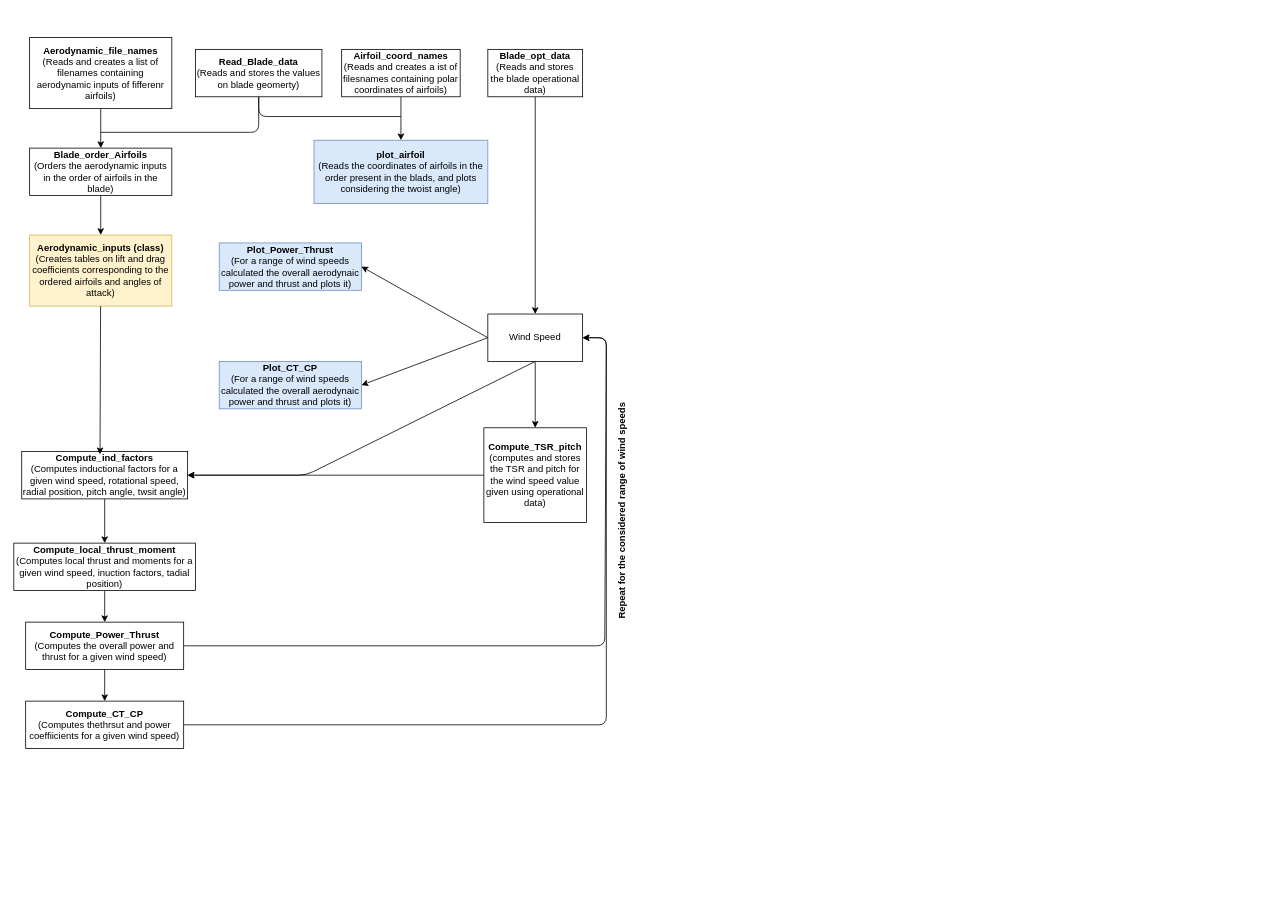
Before: Rough_draft.drawio in DTUWindEducation/final-project-lightning_mcteam, a draw.io diagram. Source tidied: cells renumbered, new cells numbered last; positions are measured from the earlier drawing's top-left corner, leaving out a move shared by most shapes. Both pictures are drawn from the tidied source at 79%, with x=0, y=0 at pixel (13, 37).
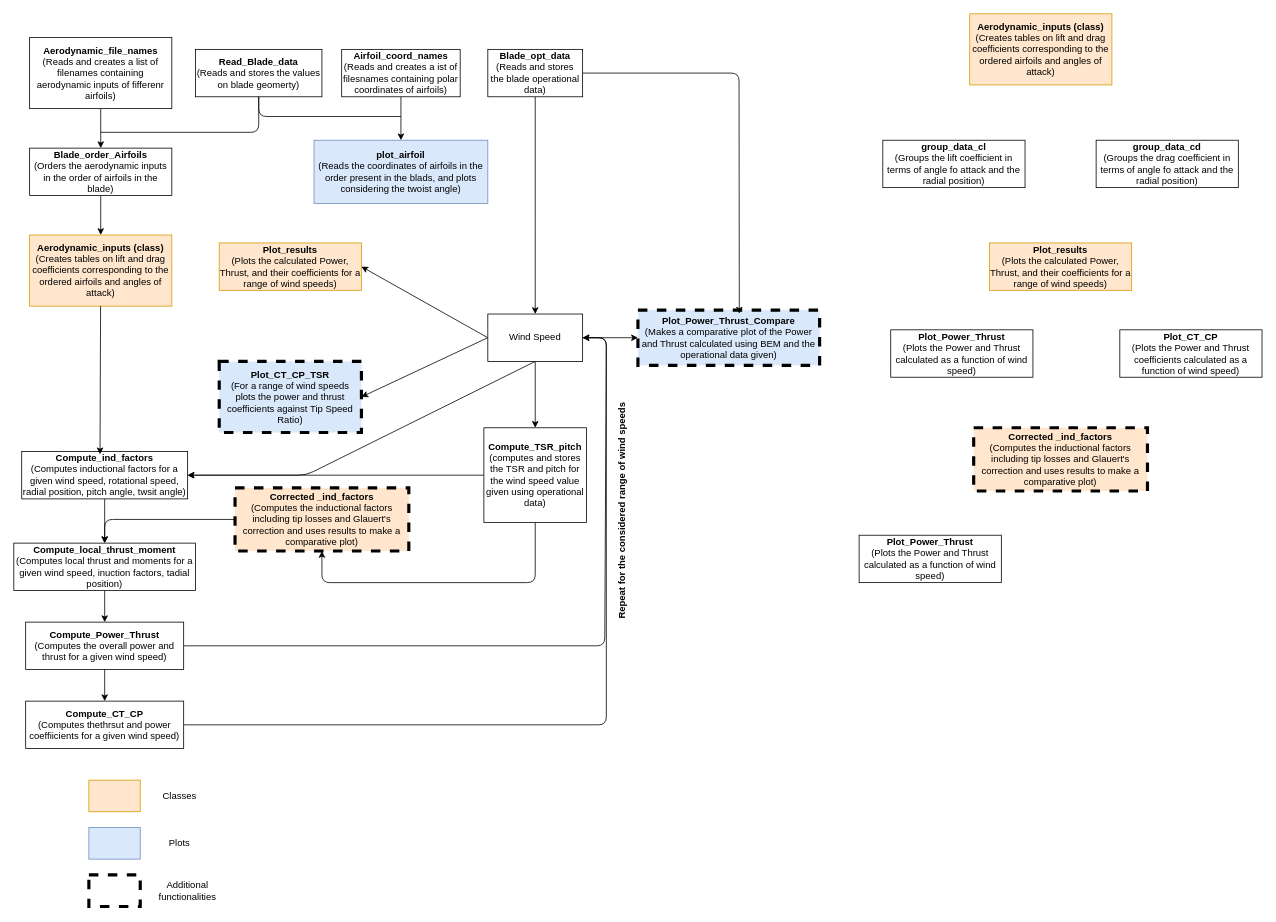
After the change.

Commit message (it also covers changes not shown here):
Updated the additional functionalities, and their tests. Made edits

The change refers to these unchanged cells:
```xml
<mxCell id="13" value="&lt;b&gt;Blade_opt_data&lt;/b&gt;&lt;div&gt;(Reads and stores the blade operational data)&lt;/div&gt;" style="rounded=0;whiteSpace=wrap;html=1;" parent="1" vertex="1">
  <mxGeometry x="600" y="15" width="120" height="60" as="geometry" />
</mxCell>
<mxCell id="15" value="&lt;b&gt;Compute_TSR_pitch&lt;/b&gt;&lt;div&gt;(computes and stores the TSR and pitch for the wind speed value given using operational data)&lt;/div&gt;" style="rounded=0;whiteSpace=wrap;html=1;" parent="1" vertex="1">
  <mxGeometry x="595" y="494" width="130" height="120" as="geometry" />
</mxCell>
<mxCell id="19" value="&lt;b&gt;Compute_local_thrust_moment&lt;/b&gt;&lt;div&gt;(Computes local thrust and moments for a given wind speed, inuction factors, tadial position)&lt;/div&gt;" style="rounded=0;whiteSpace=wrap;html=1;" parent="1" vertex="1">
  <mxGeometry y="640" width="230" height="60" as="geometry" />
</mxCell>
<mxCell id="29" value="Wind Speed" style="rounded=0;whiteSpace=wrap;html=1;" parent="1" vertex="1">
  <mxGeometry x="600" y="350" width="120" height="60" as="geometry" />
</mxCell>
```

The edit, as a diff of the source:
```diff
@@
-    <mxCell id="7" value="&lt;b&gt;Aerodynamic_inputs (class)&lt;/b&gt;&lt;div&gt;(Creates tables on lift and drag coefficients corresponding to the ordered airfoils and angles of attack)&lt;/div&gt;" style="rounded=0;whiteSpace=wrap;html=1;fillColor=#fff2cc;strokeColor=#d6b656;" parent="1" vertex="1">
+    <mxCell id="7" value="&lt;b&gt;Aerodynamic_inputs (class)&lt;/b&gt;&lt;div&gt;(Creates tables on lift and drag coefficients corresponding to the ordered airfoils and angles of attack)&lt;/div&gt;" style="rounded=0;whiteSpace=wrap;html=1;fillColor=#ffe6cc;strokeColor=#d79b00;" parent="1" vertex="1">
       <mxGeometry x="20" y="250" width="180" height="90" as="geometry" />
     </mxCell>
@@
+    <mxCell id="35" style="edgeStyle=none;html=1;exitX=0.5;exitY=1;exitDx=0;exitDy=0;entryX=0.5;entryY=1;entryDx=0;entryDy=0;" parent="1" edge="1" source="15" target="39">
+      <mxGeometry relative="1" as="geometry">
+        <Array as="points">
+          <mxPoint x="660" y="690" />
+          <mxPoint x="390" y="690" />
+        </Array>
+      </mxGeometry>
+    </mxCell>
@@
-    <mxCell id="23" value="Plot_Power_Thrust&lt;div&gt;&lt;span style=&quot;font-weight: normal;&quot;&gt;(For a range of wind speeds calculated the overall aerodynaic power and thrust and plots it)&lt;/span&gt;&lt;/div&gt;" style="rounded=0;whiteSpace=wrap;html=1;fontStyle=1;fillColor=#dae8fc;strokeColor=#6c8ebf;" parent="1" vertex="1">
+    <mxCell id="23" value="Plot_results&lt;div&gt;&lt;span style=&quot;font-weight: normal;&quot;&gt;(Plots the calculated Power, Thrust, and their coefficients for a range of wind speeds)&lt;/span&gt;&lt;/div&gt;" style="rounded=0;whiteSpace=wrap;html=1;fontStyle=1;fillColor=#ffe6cc;strokeColor=#d79b00;" parent="1" vertex="1">
       <mxGeometry x="260" y="260" width="180" height="60" as="geometry" />
     </mxCell>
@@
+    <mxCell id="36" style="edgeStyle=none;html=1;exitX=1;exitY=0.5;exitDx=0;exitDy=0;entryX=0;entryY=0.5;entryDx=0;entryDy=0;" parent="1" edge="1" source="29" target="37">
+      <mxGeometry relative="1" as="geometry" />
+    </mxCell>
@@
-    <mxCell id="31" value="Plot_CT_CP&lt;div&gt;&lt;span style=&quot;font-weight: normal;&quot;&gt;(For a range of wind speeds calculated the overall aerodynaic power and thrust and plots it)&lt;/span&gt;&lt;/div&gt;" style="rounded=0;whiteSpace=wrap;html=1;fontStyle=1;fillColor=#dae8fc;strokeColor=#6c8ebf;" parent="1" vertex="1">
-      <mxGeometry x="260" y="410" width="180" height="60" as="geometry" />
+    <mxCell id="31" value="Plot_CT_CP_TSR&lt;div&gt;&lt;span style=&quot;font-weight: normal;&quot;&gt;(For a range of wind speeds plots the power and thrust coefficients against Tip Speed Ratio)&lt;/span&gt;&lt;/div&gt;" style="rounded=0;whiteSpace=wrap;html=1;fontStyle=1;fillColor=#dae8fc;strokeColor=light-dark(#000000,#5C79A3);dashed=1;strokeWidth=4;" parent="1" vertex="1">
+      <mxGeometry x="260" y="410" width="180" height="90" as="geometry" />
     </mxCell>
@@
+    <mxCell id="37" value="&lt;b&gt;Plot_Power_Thrust_Compare&lt;/b&gt;&lt;div&gt;(Makes a comparative plot of the Power and Thrust calculated using BEM and the operational data given)&lt;/div&gt;" style="rounded=0;whiteSpace=wrap;html=1;fillColor=#dae8fc;strokeColor=light-dark(#000000, #5c79a3);dashed=1;strokeWidth=4;" parent="1" vertex="1">
+      <mxGeometry x="790" y="345" width="230" height="70" as="geometry" />
+    </mxCell>
+    <mxCell id="38" style="edgeStyle=none;html=1;exitX=0;exitY=0.5;exitDx=0;exitDy=0;entryX=0.5;entryY=0;entryDx=0;entryDy=0;" parent="1" edge="1" source="39" target="19">
+      <mxGeometry relative="1" as="geometry">
+        <Array as="points">
+          <mxPoint x="115" y="610" />
+        </Array>
+      </mxGeometry>
+    </mxCell>
+    <mxCell id="39" value="&lt;b&gt;Corrected _ind_factors&lt;/b&gt;&lt;div&gt;(Computes the inductional factors including tip losses and Glauert's correction and uses results to make a comparative plot)&lt;/div&gt;" style="rounded=0;whiteSpace=wrap;html=1;fillColor=#ffe6cc;strokeColor=light-dark(#000000, #996500);gradientColor=none;gradientDirection=radial;shadow=0;dashed=1;strokeWidth=4;" parent="1" vertex="1">
+      <mxGeometry x="280" y="570" width="220" height="80" as="geometry" />
+    </mxCell>
+    <mxCell id="40" style="edgeStyle=none;html=1;entryX=0.558;entryY=0.065;entryDx=0;entryDy=0;entryPerimeter=0;" parent="1" edge="1" source="13" target="37">
+      <mxGeometry relative="1" as="geometry">
+        <Array as="points">
+          <mxPoint x="918" y="45" />
+        </Array>
+      </mxGeometry>
+    </mxCell>
+    <mxCell id="41" style="rounded=0;whiteSpace=wrap;html=1;fillColor=#ffe6cc;strokeColor=#d79b00;" parent="1" vertex="1">
+      <mxGeometry x="95" y="940" width="65" height="40" as="geometry" />
+    </mxCell>
+    <mxCell id="42" style="rounded=0;whiteSpace=wrap;html=1;fillColor=#dae8fc;strokeColor=#6c8ebf;" parent="1" vertex="1">
+      <mxGeometry x="95" y="1000" width="65" height="40" as="geometry" />
+    </mxCell>
+    <mxCell id="43" style="rounded=0;whiteSpace=wrap;html=1;dashed=1;strokeWidth=4;" parent="1" vertex="1">
+      <mxGeometry x="95" y="1060" width="65" height="40" as="geometry" />
+    </mxCell>
+    <mxCell id="44" value="Classes" style="text;html=1;align=center;verticalAlign=middle;whiteSpace=wrap;rounded=0;" parent="1" vertex="1">
+      <mxGeometry x="180" y="945" width="60" height="30" as="geometry" />
+    </mxCell>
+    <mxCell id="45" value="Plots" style="text;html=1;align=center;verticalAlign=middle;whiteSpace=wrap;rounded=0;" parent="1" vertex="1">
+      <mxGeometry x="180" y="1005" width="60" height="30" as="geometry" />
+    </mxCell>
+    <mxCell id="46" value="Additional functionalities" style="text;html=1;align=center;verticalAlign=middle;whiteSpace=wrap;rounded=0;" parent="1" vertex="1">
+      <mxGeometry x="180" y="1065" width="80" height="30" as="geometry" />
+    </mxCell>
+    <mxCell id="47" value="&lt;b&gt;Aerodynamic_inputs (class)&lt;/b&gt;&lt;div&gt;(Creates tables on lift and drag coefficients corresponding to the ordered airfoils and angles of attack)&lt;/div&gt;" style="rounded=0;whiteSpace=wrap;html=1;fillColor=#ffe6cc;strokeColor=#d79b00;" parent="1" vertex="1">
+      <mxGeometry x="1210" y="-30" width="180" height="90" as="geometry" />
+    </mxCell>
+    <mxCell id="48" value="&lt;b&gt;group_data_cl&lt;/b&gt;&lt;div&gt;(Groups the lift coefficient in terms of angle fo attack and the radial position)&lt;/div&gt;" style="rounded=0;whiteSpace=wrap;html=1;" parent="1" vertex="1">
+      <mxGeometry x="1100" y="130" width="180" height="60" as="geometry" />
+    </mxCell>
+    <mxCell id="49" value="&lt;b&gt;group_data_cd&lt;/b&gt;&lt;div&gt;(Groups the drag coefficient in terms of angle fo attack and the radial position)&lt;/div&gt;" style="rounded=0;whiteSpace=wrap;html=1;" parent="1" vertex="1">
+      <mxGeometry x="1370" y="130" width="180" height="60" as="geometry" />
+    </mxCell>
+    <mxCell id="50" value="Plot_results&lt;div&gt;&lt;span style=&quot;font-weight: normal;&quot;&gt;(Plots the calculated Power, Thrust, and their coefficients for a range of wind speeds)&lt;/span&gt;&lt;/div&gt;" style="rounded=0;whiteSpace=wrap;html=1;fontStyle=1;fillColor=#ffe6cc;strokeColor=#d79b00;" parent="1" vertex="1">
+      <mxGeometry x="1235" y="260" width="180" height="60" as="geometry" />
+    </mxCell>
+    <mxCell id="51" value="&lt;b&gt;Plot_Power_Thrust&lt;/b&gt;&lt;br&gt;&lt;div&gt;(Plots the Power and Thrust calculated as a function of wind speed)&lt;/div&gt;" style="rounded=0;whiteSpace=wrap;html=1;" parent="1" vertex="1">
+      <mxGeometry x="1110" y="370" width="180" height="60" as="geometry" />
+    </mxCell>
+    <mxCell id="52" value="&lt;b&gt;Plot_CT_CP&lt;/b&gt;&lt;br&gt;&lt;div&gt;(Plots the Power and Thrust coefficients calculated as a function of wind speed)&lt;/div&gt;" style="rounded=0;whiteSpace=wrap;html=1;" parent="1" vertex="1">
+      <mxGeometry x="1400" y="370" width="180" height="60" as="geometry" />
+    </mxCell>
+    <mxCell id="53" value="&lt;b&gt;Corrected _ind_factors&lt;/b&gt;&lt;div&gt;(Computes the inductional factors including tip losses and Glauert's correction and uses results to make a comparative plot)&lt;/div&gt;" style="rounded=0;whiteSpace=wrap;html=1;fillColor=#ffe6cc;strokeColor=light-dark(#000000, #996500);gradientColor=none;gradientDirection=radial;shadow=0;dashed=1;strokeWidth=4;" parent="1" vertex="1">
+      <mxGeometry x="1215" y="494" width="220" height="80" as="geometry" />
+    </mxCell>
+    <mxCell id="54" value="&lt;b&gt;Plot_Power_Thrust&lt;/b&gt;&lt;br&gt;&lt;div&gt;(Plots the Power and Thrust calculated as a function of wind speed)&lt;/div&gt;" style="rounded=0;whiteSpace=wrap;html=1;" parent="1" vertex="1">
+      <mxGeometry x="1070" y="630" width="180" height="60" as="geometry" />
+    </mxCell>
```
